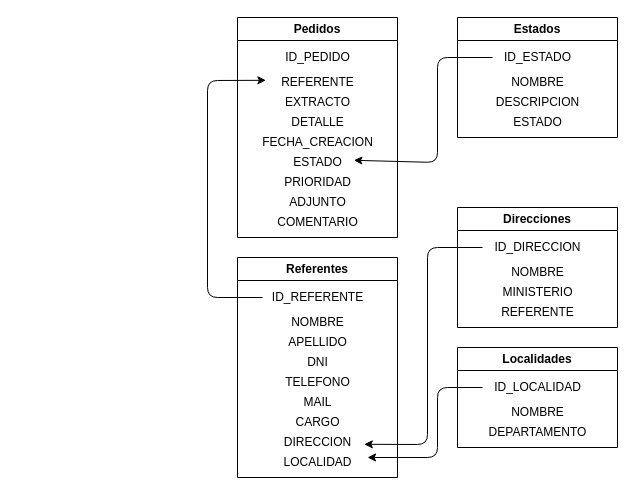
Before: diagrama.drawio in gianfrancof13/gestionSolicitudes, a draw.io diagram. Source tidied: cells renumbered, new cells numbered last; positions are measured from the earlier drawing's top-left corner, leaving out a move shared by most shapes. Both pictures are drawn from the tidied source at 100%, with x=0, y=0 at pixel (207, 17).
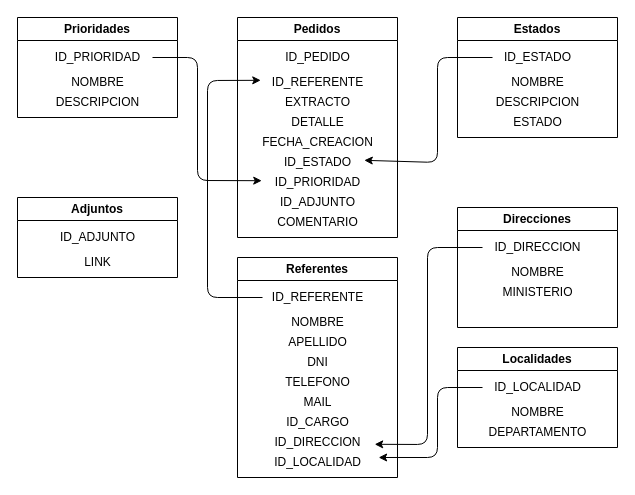
After the change.

Commit message:
Modificaciones en tablas

The change refers to these unchanged cells:
```xml
<mxCell id="2" value="Pedidos" style="swimlane;whiteSpace=wrap;html=1;" parent="1" vertex="1">
  <mxGeometry x="30" width="160" height="220" as="geometry" />
</mxCell>
<mxCell id="17" value="Direcciones" style="swimlane;whiteSpace=wrap;html=1;" parent="1" vertex="1">
  <mxGeometry x="250" y="190" width="160" height="120" as="geometry" />
</mxCell>
<mxCell id="22" value="Referentes" style="swimlane;whiteSpace=wrap;html=1;" parent="1" vertex="1">
  <mxGeometry x="30" y="240" width="160" height="220" as="geometry" />
</mxCell>
```

What changed in the source:
```diff
@@
-    <mxCell id="4" value="REFERENTE" style="text;html=1;align=center;verticalAlign=middle;points=[];strokeColor=none;fillColor=none;" parent="2" vertex="1">
-      <mxGeometry x="30" y="50" width="100" height="30" as="geometry" />
+    <mxCell id="4" value="ID_REFERENTE" style="text;html=1;align=center;verticalAlign=middle;points=[];strokeColor=none;fillColor=none;" parent="2" vertex="1">
+      <mxGeometry x="25" y="50" width="110" height="30" as="geometry" />
     </mxCell>
@@
-    <mxCell id="8" value="ESTADO" style="text;html=1;align=center;verticalAlign=middle;points=[];strokeColor=none;fillColor=none;" parent="2" vertex="1">
-      <mxGeometry x="45" y="130" width="70" height="30" as="geometry" />
+    <mxCell id="8" value="ID_ESTADO" style="text;html=1;align=center;verticalAlign=middle;points=[];strokeColor=none;fillColor=none;" parent="2" vertex="1">
+      <mxGeometry x="35" y="130" width="90" height="30" as="geometry" />
     </mxCell>
-    <mxCell id="9" value="PRIORIDAD" style="text;html=1;align=center;verticalAlign=middle;points=[];strokeColor=none;fillColor=none;" parent="2" vertex="1">
-      <mxGeometry x="35" y="150" width="90" height="30" as="geometry" />
+    <mxCell id="9" value="ID_PRIORIDAD" style="text;html=1;align=center;verticalAlign=middle;points=[];strokeColor=none;fillColor=none;" parent="2" vertex="1">
+      <mxGeometry x="25" y="150" width="110" height="30" as="geometry" />
     </mxCell>
-    <mxCell id="10" value="ADJUNTO" style="text;html=1;align=center;verticalAlign=middle;strokeColor=none;fillColor=none;" parent="2" vertex="1">
-      <mxGeometry x="40" y="170" width="80" height="30" as="geometry" />
+    <mxCell id="10" value="ID_ADJUNTO" style="text;html=1;align=center;verticalAlign=middle;strokeColor=none;fillColor=none;" parent="2" vertex="1">
+      <mxGeometry x="30" y="170" width="100" height="30" as="geometry" />
     </mxCell>
@@
-    <mxCell id="21" value="REFERENTE" style="text;html=1;align=center;verticalAlign=middle;strokeColor=none;fillColor=none;" parent="17" vertex="1">
-      <mxGeometry x="30" y="90" width="100" height="30" as="geometry" />
-    </mxCell>
@@
-    <mxCell id="29" value="CARGO" style="text;html=1;align=center;verticalAlign=middle;strokeColor=none;fillColor=none;" parent="22" vertex="1">
-      <mxGeometry x="45" y="150" width="70" height="30" as="geometry" />
+    <mxCell id="29" value="ID_CARGO" style="text;html=1;align=center;verticalAlign=middle;strokeColor=none;fillColor=none;" parent="22" vertex="1">
+      <mxGeometry x="35" y="150" width="90" height="30" as="geometry" />
     </mxCell>
-    <mxCell id="30" value="DIRECCION" style="text;html=1;align=center;verticalAlign=middle;points=[];strokeColor=none;fillColor=none;" parent="22" vertex="1">
-      <mxGeometry x="35" y="170" width="90" height="30" as="geometry" />
+    <mxCell id="30" value="ID_DIRECCION" style="text;html=1;align=center;verticalAlign=middle;points=[];strokeColor=none;fillColor=none;" parent="22" vertex="1">
+      <mxGeometry x="25" y="170" width="110" height="30" as="geometry" />
     </mxCell>
-    <mxCell id="31" value="LOCALIDAD" style="text;html=1;align=center;verticalAlign=middle;points=[];strokeColor=none;fillColor=none;" parent="22" vertex="1">
-      <mxGeometry x="35" y="190" width="90" height="30" as="geometry" />
+    <mxCell id="31" value="ID_LOCALIDAD" style="text;html=1;align=center;verticalAlign=middle;points=[];strokeColor=none;fillColor=none;" parent="22" vertex="1">
+      <mxGeometry x="25" y="190" width="110" height="30" as="geometry" />
     </mxCell>
@@
+    <mxCell id="40" value="Prioridades" style="swimlane;whiteSpace=wrap;html=1;" parent="1" vertex="1">
+      <mxGeometry x="-190" width="160" height="100" as="geometry" />
+    </mxCell>
+    <mxCell id="41" value="ID_PRIORIDAD" style="text;html=1;align=center;verticalAlign=middle;points=[];strokeColor=none;fillColor=none;" parent="40" vertex="1">
+      <mxGeometry x="25" y="25" width="110" height="30" as="geometry" />
+    </mxCell>
+    <mxCell id="42" value="NOMBRE" style="text;html=1;align=center;verticalAlign=middle;strokeColor=none;fillColor=none;" parent="40" vertex="1">
+      <mxGeometry x="40" y="50" width="80" height="30" as="geometry" />
+    </mxCell>
+    <mxCell id="43" value="DESCRIPCION" style="text;html=1;align=center;verticalAlign=middle;strokeColor=none;fillColor=none;" parent="40" vertex="1">
+      <mxGeometry x="25" y="70" width="110" height="30" as="geometry" />
+    </mxCell>
+    <mxCell id="44" style="edgeStyle=none;html=1;entryX=-0.007;entryY=0.44;entryDx=0;entryDy=0;entryPerimeter=0;" parent="1" edge="1" source="41" target="9">
+      <mxGeometry relative="1" as="geometry">
+        <Array as="points">
+          <mxPoint x="-10" y="40" />
+          <mxPoint x="-10" y="163" />
+        </Array>
+      </mxGeometry>
+    </mxCell>
+    <mxCell id="45" value="Adjuntos" style="swimlane;whiteSpace=wrap;html=1;" parent="1" vertex="1">
+      <mxGeometry x="-190" y="180" width="160" height="80" as="geometry" />
+    </mxCell>
+    <mxCell id="46" value="ID_ADJUNTO" style="text;html=1;align=center;verticalAlign=middle;strokeColor=none;fillColor=none;" parent="45" vertex="1">
+      <mxGeometry x="30" y="25" width="100" height="30" as="geometry" />
+    </mxCell>
+    <mxCell id="47" value="LINK" style="text;html=1;align=center;verticalAlign=middle;strokeColor=none;fillColor=none;" parent="45" vertex="1">
+      <mxGeometry x="55" y="50" width="50" height="30" as="geometry" />
+    </mxCell>
```
